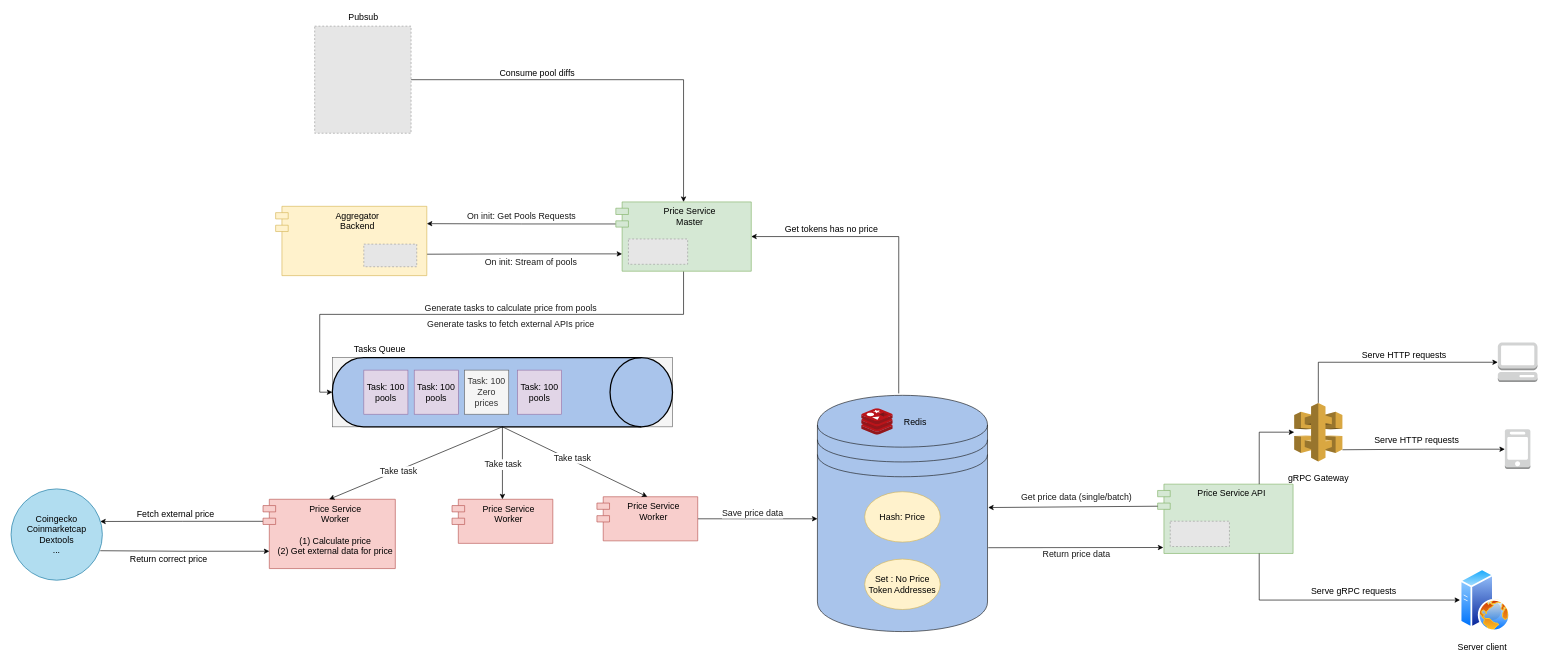
Above: Price Service Diagram.drawio in piavgh/draw.io-data (draw.io), before the change. Source tidied: cells renumbered, new cells numbered last; positions are measured from the earlier drawing's top-left corner, leaving out a move shared by most shapes. Both pictures are drawn from the tidied source at 63%, with x=0, y=0 at pixel (11, 11). Pictures stored in the file or linked from it are replaced by grey dashed boxes.
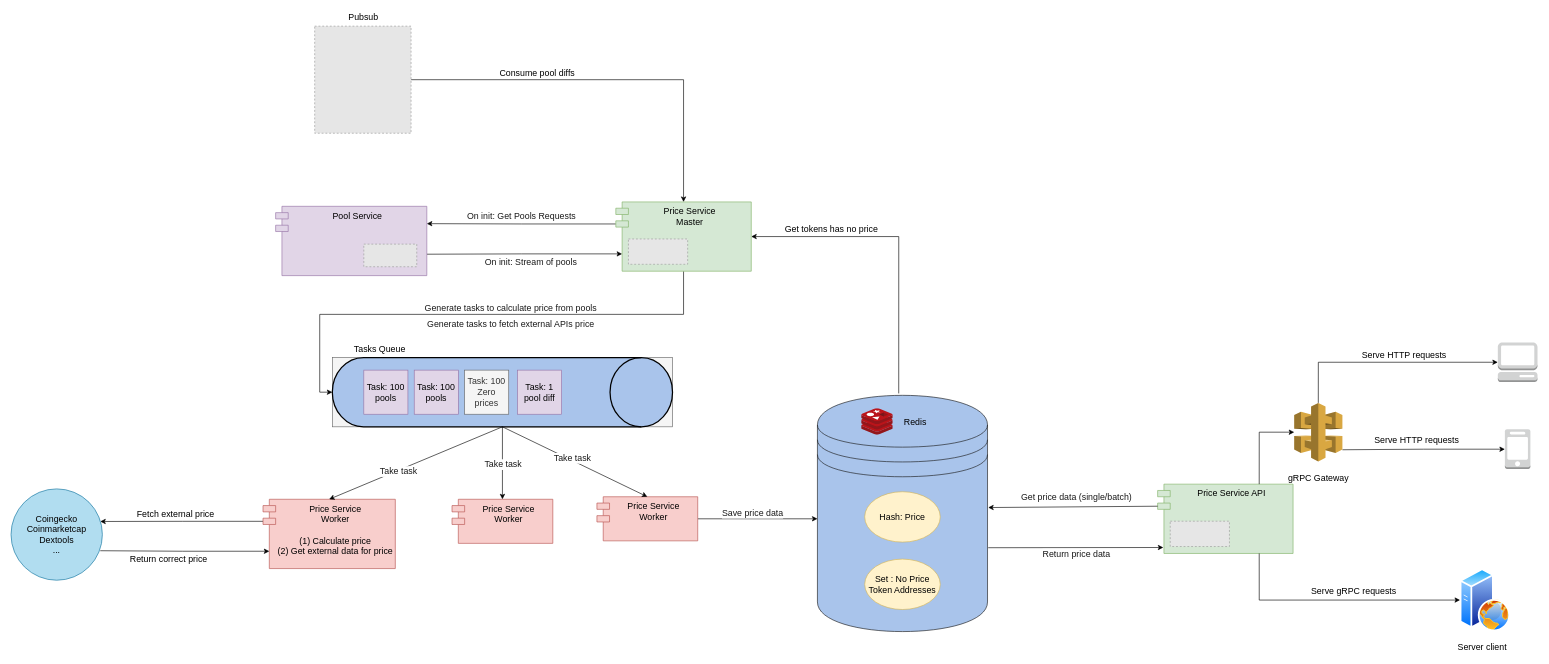
The same diagram, later.

The change refers to these unchanged cells:
```xml
<mxCell id="16" style="group;fontStyle=0;fillColor=#f5f5f5;fontColor=#333333;strokeColor=#666666;fontSize=14;" parent="1" vertex="1">
  <mxGeometry x="510" y="550" width="540" height="110" as="geometry" />
</mxCell>
<mxCell id="22" style="group;fontStyle=0;fontSize=14;" parent="1" vertex="1">
  <mxGeometry x="420" y="310" width="240" height="110" as="geometry" />
</mxCell>
```

Diff of the diagram source:
```diff
@@
-    <mxCell id="21" value="&lt;font style=&quot;font-size: 14px;&quot;&gt;Task: 100 pools&lt;/font&gt;" style="whiteSpace=wrap;html=1;fontSize=14;fillColor=#e1d5e7;spacingLeft=2;spacingBottom=2;spacingRight=2;spacingTop=2;strokeColor=#9673a6;fontStyle=0;" parent="16" vertex="1">
+    <mxCell id="21" value="&lt;font style=&quot;font-size: 14px;&quot;&gt;Task: 1 pool diff&lt;/font&gt;" style="whiteSpace=wrap;html=1;fontSize=14;fillColor=#e1d5e7;spacingLeft=2;spacingBottom=2;spacingRight=2;spacingTop=2;strokeColor=#9673a6;fontStyle=0;" parent="16" vertex="1">
       <mxGeometry x="294" y="20" width="70" height="70" as="geometry" />
     </mxCell>
@@
-    <mxCell id="23" value="Aggregator&#10;Backend" style="shape=module;align=left;spacingLeft=20;align=center;verticalAlign=top;fontSize=14;fontStyle=0;fillColor=#fff2cc;strokeColor=#d6b656;" parent="22" vertex="1">
+    <mxCell id="23" value="Pool Service" style="shape=module;align=left;spacingLeft=20;align=center;verticalAlign=top;fontSize=14;fontStyle=0;fillColor=#e1d5e7;strokeColor=#9673a6;" parent="22" vertex="1">
       <mxGeometry width="240" height="110" as="geometry" />
     </mxCell>
```
